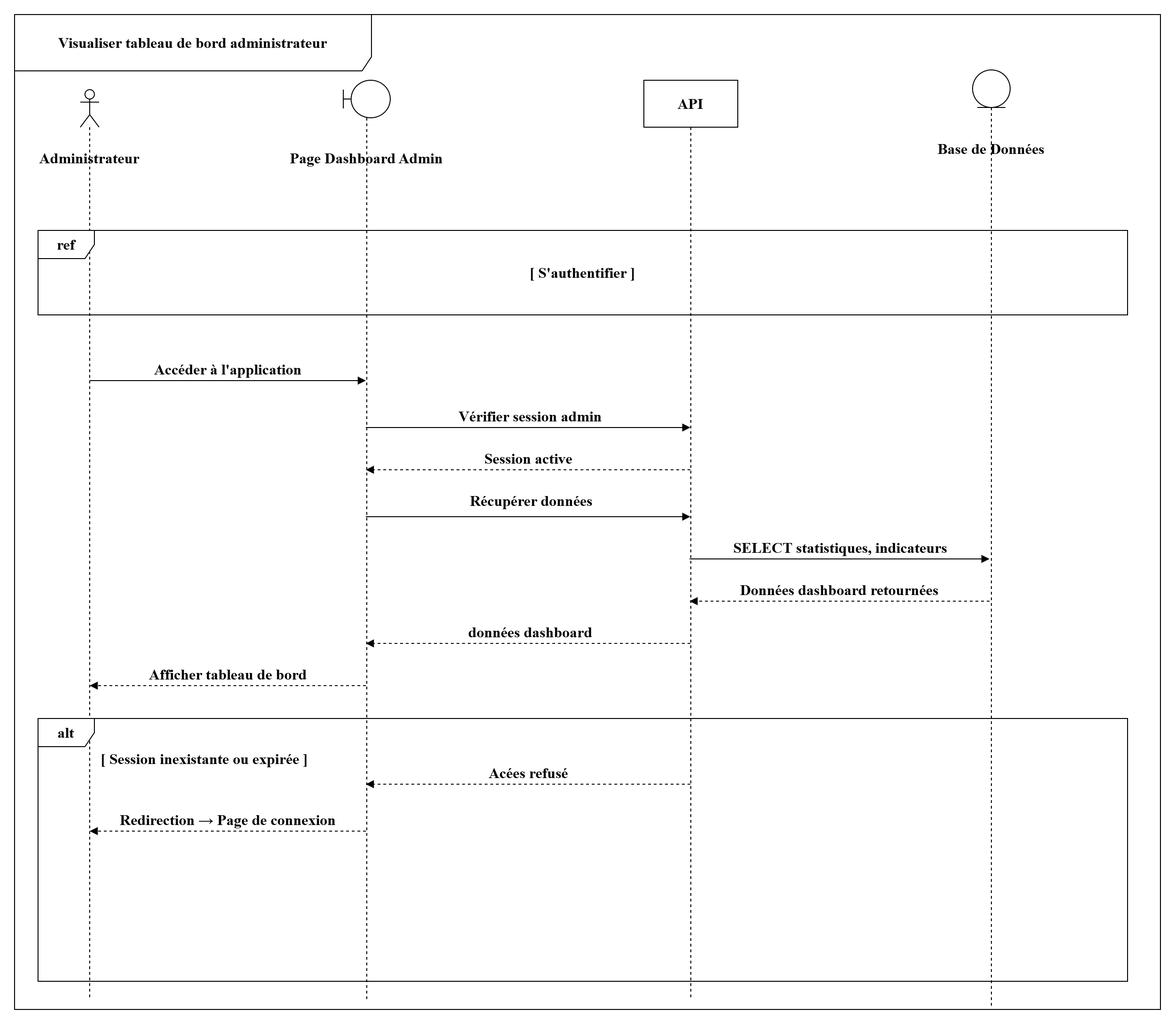
Before: projet/images/digf/ss4/da.drawio.png, a diagram exported from draw.io (louu7895/pfe). Source tidied: cells renumbered, new cells last; positions are measured from the earlier drawing's top-left corner, leaving out a move shared by most shapes.
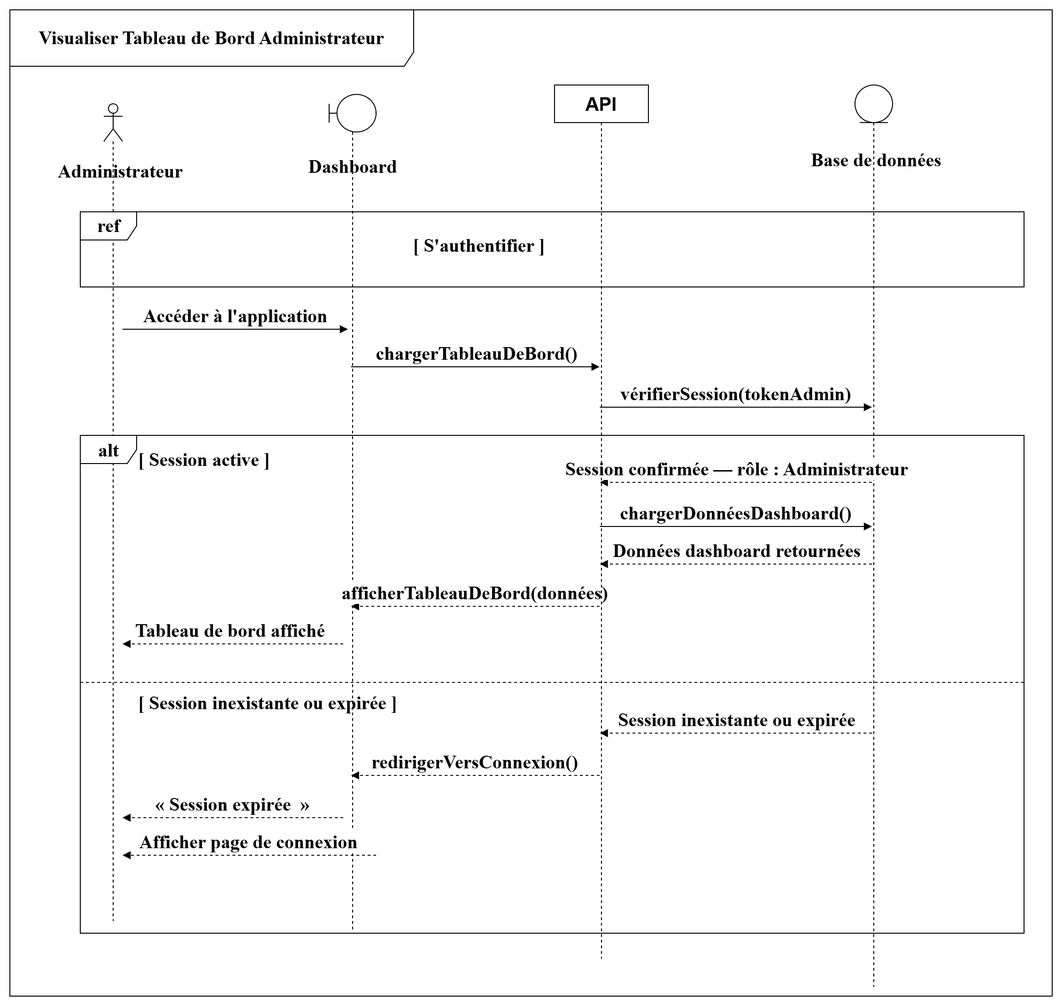
Later version of the same file.

Change to the diagram source:
```diff
@@ -2,97 +2,111 @@
   <root>
     <mxCell id="0" />
     <mxCell id="1" parent="0" />
-    <mxCell id="2" style="shape=umlLifeline;perimeter=lifelinePerimeter;whiteSpace=wrap;html=1;participant=umlActor;fontSize=16;fontFamily=Times New Roman;fontStyle=1;" parent="1" vertex="1">
-      <mxGeometry x="70" y="80" width="20" height="970" as="geometry" />
+    <mxCell id="2" style="shape=umlLifeline;perimeter=lifelinePerimeter;whiteSpace=wrap;html=1;participant=umlActor;fontSize=20;fontFamily=Times New Roman;fontStyle=1;" parent="1" vertex="1">
+      <mxGeometry x="50" y="90" width="20" height="870" as="geometry" />
     </mxCell>
-    <mxCell id="3" style="shape=umlLifeline;perimeter=lifelinePerimeter;whiteSpace=wrap;html=1;outlineConnect=0;portConstraint=eastwest;participant=umlBoundary;fontSize=16;fontFamily=Times New Roman;fontStyle=1;" parent="1" vertex="1">
-      <mxGeometry x="350" y="70" width="50" height="980" as="geometry" />
+    <mxCell id="3" style="shape=umlLifeline;perimeter=lifelinePerimeter;whiteSpace=wrap;html=1;outlineConnect=0;portConstraint=eastwest;participant=umlBoundary;fontSize=20;fontFamily=Times New Roman;fontStyle=1;" parent="1" vertex="1">
+      <mxGeometry x="290" y="80" width="50" height="890" as="geometry" />
     </mxCell>
-    <mxCell id="4" style="shape=umlLifeline;perimeter=lifelinePerimeter;whiteSpace=wrap;html=1;participant=umlEntity;fontSize=16;fontFamily=Times New Roman;fontStyle=1;" parent="1" vertex="1">
-      <mxGeometry x="1020" y="59" width="40" height="1000" as="geometry" />
+    <mxCell id="4" style="shape=umlLifeline;perimeter=lifelinePerimeter;whiteSpace=wrap;html=1;participant=umlEntity;fontSize=20;fontFamily=Times New Roman;fontStyle=1;" parent="1" vertex="1">
+      <mxGeometry x="850" y="70" width="40" height="960" as="geometry" />
     </mxCell>
-    <mxCell id="5" value="Administrateur" style="text;html=1;whiteSpace=wrap;strokeColor=none;fillColor=none;align=center;verticalAlign=middle;rounded=0;fontSize=16;fontStyle=1;fontFamily=Times New Roman;" parent="1" vertex="1">
-      <mxGeometry y="140" width="160" height="25" as="geometry" />
+    <mxCell id="5" value="Administrateur" style="text;html=1;whiteSpace=wrap;strokeColor=none;fillColor=none;align=center;verticalAlign=middle;rounded=0;fontSize=20;fontStyle=1;fontFamily=Times New Roman;" parent="1" vertex="1">
+      <mxGeometry x="-12" y="148" width="160" height="25" as="geometry" />
     </mxCell>
-    <mxCell id="6" value="Page Dashboard Admin" style="text;html=1;whiteSpace=wrap;strokeColor=none;fillColor=none;align=center;verticalAlign=middle;rounded=0;fontSize=16;fontStyle=1;fontFamily=Times New Roman;" parent="1" vertex="1">
-      <mxGeometry x="255" y="140" width="240" height="25" as="geometry" />
+    <mxCell id="6" value="&lt;div&gt;Dashboard&amp;nbsp;&lt;/div&gt;" style="text;html=1;whiteSpace=wrap;strokeColor=none;fillColor=none;align=center;verticalAlign=middle;rounded=0;fontSize=20;fontStyle=1;fontFamily=Times New Roman;" parent="1" vertex="1">
+      <mxGeometry x="228" y="136" width="180" height="40" as="geometry" />
     </mxCell>
-    <mxCell id="7" value="Base de Données" style="text;html=1;whiteSpace=wrap;strokeColor=none;fillColor=none;align=center;verticalAlign=middle;rounded=0;fontSize=16;fontStyle=1;fontFamily=Times New Roman;" parent="1" vertex="1">
-      <mxGeometry x="955" y="130" width="170" height="25" as="geometry" />
+    <mxCell id="7" value="Base de données" style="text;html=1;whiteSpace=wrap;strokeColor=none;fillColor=none;align=center;verticalAlign=middle;rounded=0;fontSize=20;fontStyle=1;fontFamily=Times New Roman;" parent="1" vertex="1">
+      <mxGeometry x="788" y="136" width="170" height="25" as="geometry" />
     </mxCell>
-    <mxCell id="8" value="Visualiser tableau de bord administrateur" style="shape=umlFrame;whiteSpace=wrap;html=1;width=380;height=60;fontSize=16;fontFamily=Times New Roman;fontStyle=1;" parent="1" vertex="1">
-      <mxGeometry width="1220" height="1060" as="geometry" />
+    <mxCell id="8" value="Visualiser Tableau de Bord Administrateur" style="shape=umlFrame;whiteSpace=wrap;html=1;fontSize=20;fontFamily=Times New Roman;width=430;height=60;fontStyle=1;" parent="1" vertex="1">
+      <mxGeometry x="-50" y="-10" width="1110" height="1050" as="geometry" />
     </mxCell>
-    <mxCell id="9" value="ref" style="shape=umlFrame;whiteSpace=wrap;html=1;fontSize=16;fontFamily=Times New Roman;fontStyle=1;" parent="1" vertex="1">
-      <mxGeometry x="25" y="230" width="1160" height="90" as="geometry" />
+    <mxCell id="9" value="ref" style="shape=umlFrame;whiteSpace=wrap;html=1;fontSize=20;fontFamily=Times New Roman;fontStyle=1;" parent="1" vertex="1">
+      <mxGeometry x="25" y="205" width="1005" height="80" as="geometry" />
     </mxCell>
-    <mxCell id="10" value="[ S'authentifier ]" style="text;html=1;whiteSpace=wrap;strokeColor=none;fillColor=none;align=center;verticalAlign=middle;rounded=0;fontSize=16;fontStyle=1;fontFamily=Times New Roman;" parent="1" vertex="1">
-      <mxGeometry x="505" y="260" width="200" height="30" as="geometry" />
+    <mxCell id="10" value="[ S'authentifier ]" style="text;html=1;whiteSpace=wrap;strokeColor=none;fillColor=none;align=center;verticalAlign=middle;rounded=0;fontSize=20;fontStyle=1;fontFamily=Times New Roman;" parent="1" vertex="1">
+      <mxGeometry x="310" y="225" width="280" height="30" as="geometry" />
     </mxCell>
-    <mxCell id="11" value="Accéder à l'application" style="html=1;verticalAlign=bottom;endArrow=block;curved=0;rounded=0;fontSize=16;fontFamily=Times New Roman;fontStyle=1;" parent="1" edge="1">
+    <mxCell id="11" value="Accéder à l'application" style="html=1;verticalAlign=bottom;endArrow=block;curved=0;rounded=0;fontSize=20;fontFamily=Times New Roman;fontStyle=1;" parent="1" vertex="1" edge="1">
       <mxGeometry relative="1" as="geometry">
-        <mxPoint x="80" y="390" as="sourcePoint" />
-        <mxPoint x="374" y="390" as="targetPoint" />
+        <mxPoint x="70" y="330" as="sourcePoint" />
+        <mxPoint x="310" y="330" as="targetPoint" />
       </mxGeometry>
     </mxCell>
+    <mxCell id="24" value="chargerTableauDeBord()" style="html=1;verticalAlign=bottom;endArrow=block;curved=0;rounded=0;fontSize=20;fontFamily=Times New Roman;fontStyle=1;" parent="1" vertex="1" edge="1" source="3">
+      <mxGeometry relative="1" as="geometry">
+        <mxPoint x="578" y="370" as="targetPoint" />
+      </mxGeometry>
+    </mxCell>
-    <mxCell id="12" value="&amp;nbsp;Vérifier session admin" style="html=1;verticalAlign=bottom;endArrow=block;curved=0;rounded=0;fontSize=16;fontFamily=Times New Roman;fontStyle=1;" parent="1" edge="1">
+    <mxCell id="12" value="vérifierSession(tokenAdmin)" style="html=1;verticalAlign=bottom;endArrow=block;curved=0;rounded=0;fontSize=20;fontFamily=Times New Roman;fontStyle=1;" parent="1" vertex="1" edge="1" source="23">
       <mxGeometry relative="1" as="geometry">
-        <mxPoint x="374" y="440" as="sourcePoint" />
-        <mxPoint x="719.5" y="440" as="targetPoint" />
+        <mxPoint x="868" y="413" as="targetPoint" />
       </mxGeometry>
     </mxCell>
+    <mxCell id="19" value="alt" style="shape=umlFrame;whiteSpace=wrap;html=1;fontSize=20;fontFamily=Times New Roman;fontStyle=1;" parent="1" vertex="1">
+      <mxGeometry x="25" y="443" width="1005" height="530" as="geometry" />
+    </mxCell>
+    <mxCell id="25" value="[ Session active ]" style="text;html=1;whiteSpace=wrap;strokeColor=none;fillColor=none;align=left;verticalAlign=middle;rounded=0;fontSize=20;fontStyle=1;fontFamily=Times New Roman;" parent="1" vertex="1">
+      <mxGeometry x="85" y="455" width="220" height="25" as="geometry" />
+    </mxCell>
-    <mxCell id="13" value="Session active" style="html=1;verticalAlign=bottom;endArrow=block;curved=1;rounded=0;dashed=1;fontSize=16;fontFamily=Times New Roman;fontStyle=1;" parent="1" edge="1">
+    <mxCell id="13" value="Session confirmée — rôle : Administrateur" style="html=1;verticalAlign=bottom;endArrow=block;curved=1;rounded=0;dashed=1;fontSize=20;fontFamily=Times New Roman;fontStyle=1;" parent="1" vertex="1" edge="1" target="23">
       <mxGeometry relative="1" as="geometry">
-        <mxPoint x="719.5" y="485" as="sourcePoint" />
-        <mxPoint x="374" y="485" as="targetPoint" />
+        <mxPoint x="868" y="493" as="sourcePoint" />
       </mxGeometry>
     </mxCell>
-    <mxCell id="14" value="Récupérer données" style="html=1;verticalAlign=bottom;endArrow=block;curved=0;rounded=0;fontSize=16;fontFamily=Times New Roman;fontStyle=1;fontStyle=1;" parent="1" edge="1">
-      <mxGeometry x="0.02" y="5" relative="1" as="geometry">
-        <mxPoint x="374" y="535" as="sourcePoint" />
-        <mxPoint x="719.5" y="535" as="targetPoint" />
+    <mxCell id="14" value="chargerDonnéesDashboard()" style="html=1;verticalAlign=bottom;endArrow=block;curved=0;rounded=0;fontSize=20;fontFamily=Times New Roman;fontStyle=1;" parent="1" vertex="1" edge="1" source="23">
+      <mxGeometry relative="1" as="geometry">
+        <mxPoint x="868" y="540" as="targetPoint" />
       </mxGeometry>
     </mxCell>
+    <mxCell id="16" value="Données dashboard retournées" style="html=1;verticalAlign=bottom;endArrow=block;curved=1;rounded=0;dashed=1;fontSize=20;fontFamily=Times New Roman;fontStyle=1;" parent="1" vertex="1" edge="1" target="23">
+      <mxGeometry relative="1" as="geometry">
+        <mxPoint x="868" y="580" as="sourcePoint" />
+      </mxGeometry>
+    </mxCell>
-    <mxCell id="15" value="SELECT statistiques, indicateurs" style="html=1;verticalAlign=bottom;endArrow=block;curved=0;rounded=0;fontSize=16;fontFamily=Times New Roman;fontStyle=1;" parent="1" edge="1" source="23">
+    <mxCell id="15" value="afficherTableauDeBord(données)" style="html=1;verticalAlign=bottom;endArrow=block;curved=1;rounded=0;dashed=1;fontSize=20;fontFamily=Times New Roman;fontStyle=1;" parent="1" vertex="1" edge="1" target="3">
       <mxGeometry relative="1" as="geometry">
-        <mxPoint x="1038" y="580" as="targetPoint" />
+        <mxPoint x="578" y="625" as="sourcePoint" />
       </mxGeometry>
     </mxCell>
-    <mxCell id="16" value="Données dashboard retournées" style="html=1;verticalAlign=bottom;endArrow=block;curved=1;rounded=0;dashed=1;fontSize=16;fontFamily=Times New Roman;fontStyle=1;" parent="1" edge="1" target="23">
-      <mxGeometry relative="1" as="geometry">
-        <mxPoint x="1038" y="625" as="sourcePoint" />
-      </mxGeometry>
-    </mxCell>
-    <mxCell id="17" value="&amp;nbsp;données dashboard" style="html=1;verticalAlign=bottom;endArrow=block;curved=1;rounded=0;dashed=1;fontSize=16;fontFamily=Times New Roman;fontStyle=1;" parent="1" edge="1" source="23">
-      <mxGeometry relative="1" as="geometry">
-        <mxPoint x="374" y="670" as="targetPoint" />
-      </mxGeometry>
-    </mxCell>
-    <mxCell id="18" value="Afficher tableau de bord" style="html=1;verticalAlign=bottom;endArrow=block;curved=1;rounded=0;dashed=1;fontSize=16;fontFamily=Times New Roman;fontStyle=1;" parent="1" edge="1">
-      <mxGeometry relative="1" as="geometry">
-        <mxPoint x="374" y="715" as="sourcePoint" />
-        <mxPoint x="80" y="715" as="targetPoint" />
-      </mxGeometry>
-    </mxCell>
-    <mxCell id="19" value="alt" style="shape=umlFrame;whiteSpace=wrap;html=1;fontSize=16;fontFamily=Times New Roman;fontStyle=1;" parent="1" vertex="1">
-      <mxGeometry x="25" y="750" width="1160" height="280" as="geometry" />
-    </mxCell>
+    <mxCell id="26" value="Tableau de bord affiché&amp;nbsp;" style="html=1;verticalAlign=bottom;endArrow=block;curved=1;rounded=0;dashed=1;fontSize=20;fontFamily=Times New Roman;fontStyle=1;" parent="1" vertex="1" edge="1">
+      <mxGeometry x="0.01" relative="1" as="geometry">
+        <mxPoint x="305" y="665" as="sourcePoint" />
+        <mxPoint x="70" y="665" as="targetPoint" />
+      </mxGeometry>
+    </mxCell>
+    <mxCell id="27" style="line;strokeWidth=1;fillColor=none;align=left;verticalAlign=middle;strokeColor=inherit;dashed=1;fontSize=20;fontFamily=Times New Roman;fontStyle=1;" parent="1" vertex="1">
+      <mxGeometry x="25" y="702" width="1005" height="8" as="geometry" />
+    </mxCell>
-    <mxCell id="20" value="[ Session inexistante ou expirée ]" style="text;html=1;whiteSpace=wrap;strokeColor=none;fillColor=none;align=left;verticalAlign=middle;rounded=0;fontSize=16;fontStyle=1;fontFamily=Times New Roman;" parent="1" vertex="1">
-      <mxGeometry x="90" y="780" width="300" height="25" as="geometry" />
+    <mxCell id="20" value="[ Session inexistante ou expirée ]" style="text;html=1;whiteSpace=wrap;strokeColor=none;fillColor=none;align=left;verticalAlign=middle;rounded=0;fontSize=20;fontStyle=1;fontFamily=Times New Roman;" parent="1" vertex="1">
+      <mxGeometry x="85" y="714" width="340" height="25" as="geometry" />
     </mxCell>
-    <mxCell id="21" value="Acées refusé" style="html=1;verticalAlign=bottom;endArrow=block;curved=1;rounded=0;dashed=1;fontSize=16;fontFamily=Times New Roman;fontStyle=1;" parent="1" edge="1" source="23">
-      <mxGeometry relative="1" as="geometry">
-        <mxPoint x="374" y="820" as="targetPoint" />
-      </mxGeometry>
-    </mxCell>
-    <mxCell id="22" value="Redirection → Page de connexion" style="html=1;verticalAlign=bottom;endArrow=block;curved=1;rounded=0;dashed=1;fontSize=16;fontFamily=Times New Roman;fontStyle=1;" parent="1" edge="1">
-      <mxGeometry relative="1" as="geometry">
-        <mxPoint x="374" y="870" as="sourcePoint" />
-        <mxPoint x="80" y="870" as="targetPoint" />
-      </mxGeometry>
-    </mxCell>
+    <mxCell id="28" value="Session inexistante ou expirée" style="html=1;verticalAlign=bottom;endArrow=block;curved=1;rounded=0;dashed=1;fontSize=20;fontFamily=Times New Roman;fontStyle=1;" parent="1" vertex="1" edge="1" target="23">
+      <mxGeometry relative="1" as="geometry">
+        <mxPoint x="868" y="760" as="sourcePoint" />
+      </mxGeometry>
+    </mxCell>
+    <mxCell id="29" value="redirigerVersConnexion()" style="html=1;verticalAlign=bottom;endArrow=block;curved=1;rounded=0;dashed=1;fontSize=20;fontFamily=Times New Roman;fontStyle=1;" parent="1" vertex="1" edge="1" target="3">
+      <mxGeometry relative="1" as="geometry">
+        <mxPoint x="578" y="805" as="sourcePoint" />
+      </mxGeometry>
+    </mxCell>
+    <mxCell id="30" value="« Session expirée&amp;nbsp; »" style="html=1;verticalAlign=bottom;endArrow=block;curved=1;rounded=0;dashed=1;fontSize=20;fontFamily=Times New Roman;fontStyle=1;" parent="1" vertex="1" edge="1">
+      <mxGeometry relative="1" as="geometry">
+        <mxPoint x="305" y="850" as="sourcePoint" />
+        <mxPoint x="70" y="850" as="targetPoint" />
+      </mxGeometry>
+    </mxCell>
+    <mxCell id="31" value="Afficher page de connexion" style="html=1;verticalAlign=bottom;endArrow=block;curved=1;rounded=0;dashed=1;fontSize=20;fontFamily=Times New Roman;fontStyle=1;" parent="1" vertex="1" edge="1">
+      <mxGeometry relative="1" as="geometry">
+        <mxPoint x="340" y="890" as="sourcePoint" />
+        <mxPoint x="70" y="890" as="targetPoint" />
+      </mxGeometry>
+    </mxCell>
-    <mxCell id="23" value="&lt;span style=&quot;font-family: &amp;quot;Times New Roman&amp;quot;;&quot;&gt;API&lt;/span&gt;" style="shape=umlLifeline;perimeter=lifelinePerimeter;whiteSpace=wrap;html=1;outlineConnect=0;portConstraint=eastwest;newEdgeStyle={&quot;curved&quot;:0,&quot;rounded&quot;:0};size=50;fontStyle=1;fontSize=16;" parent="1" vertex="1">
-      <mxGeometry x="670" y="70" width="100" height="980" as="geometry" />
+    <mxCell id="23" value="API" style="shape=umlLifeline;perimeter=lifelinePerimeter;whiteSpace=wrap;html=1;outlineConnect=0;portConstraint=eastwest;newEdgeStyle={&quot;curved&quot;:0,&quot;rounded&quot;:0};fontSize=20;fontStyle=1;" parent="1" vertex="1">
+      <mxGeometry x="530" y="70" width="100" height="930" as="geometry" />
     </mxCell>
   </root>
 </mxGraphModel>
```
